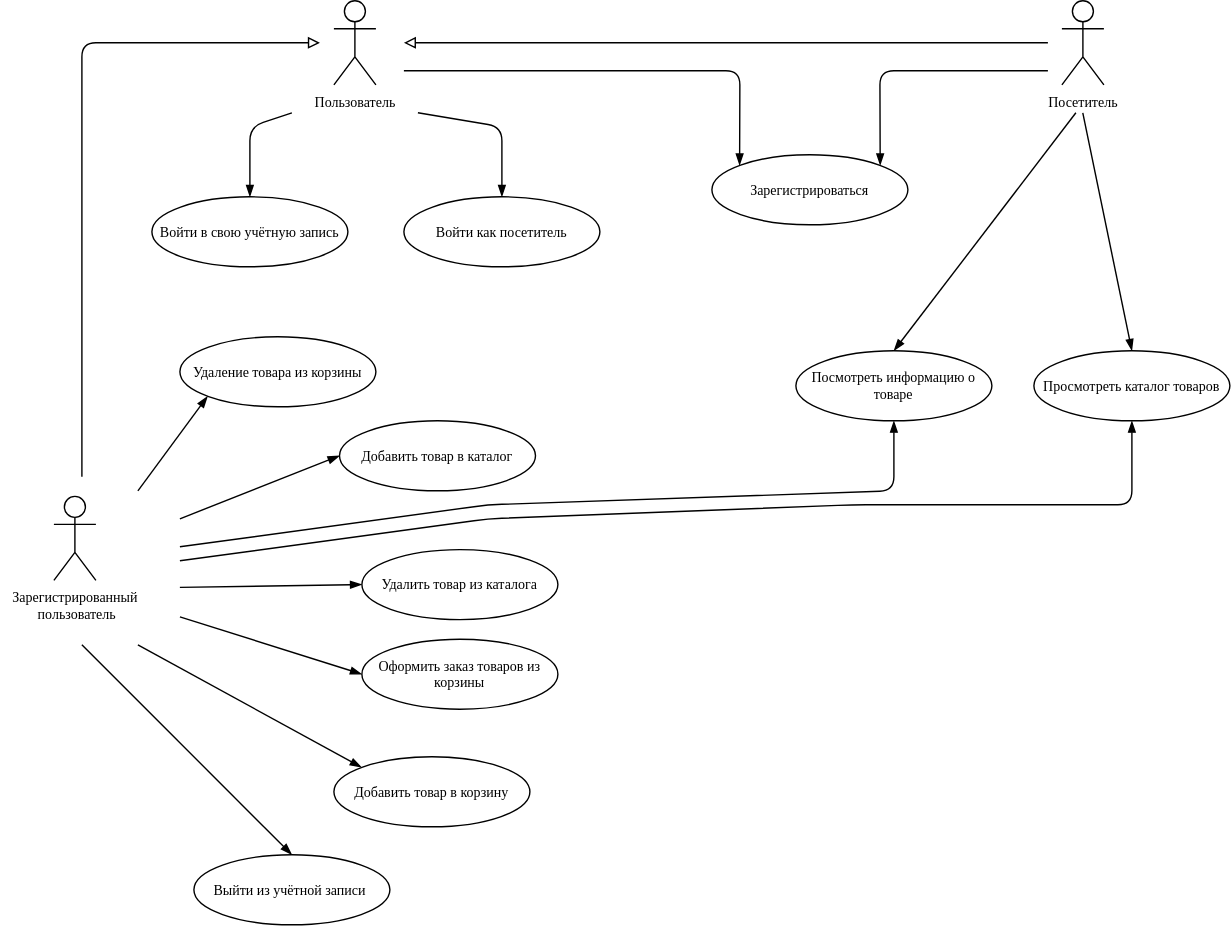
The draw.io diagram docs/diagrams/assets/use_case.svg in IIArturll/autoparts-online-shop, before a commit. Source tidied: cells renumbered, new cells last; positions are measured from the earlier drawing's top-left corner, leaving out a move shared by most shapes. Its diagram source:
```xml
<mxGraphModel>
  <root>
    <mxCell id="0" />
    <mxCell id="1" parent="0" />
    <mxCell id="2" value="Посетитель&lt;br style=&quot;font-size: 10px;&quot;&gt;" style="shape=umlActor;verticalLabelPosition=bottom;verticalAlign=top;html=1;fontFamily=JetBrains Mono;fontSize=10;" parent="1" vertex="1">
      <mxGeometry x="720" width="30" height="60" as="geometry" />
    </mxCell>
    <mxCell id="3" value="Зарегистрироваться" style="ellipse;whiteSpace=wrap;html=1;fontFamily=JetBrains Mono;fontSize=10;" parent="1" vertex="1">
      <mxGeometry x="470" y="110" width="140" height="50" as="geometry" />
    </mxCell>
    <mxCell id="4" style="endArrow=none;html=1;exitX=1;exitY=0;exitDx=0;exitDy=0;startArrow=blockThin;startFill=1;fontSize=10;fontFamily=JetBrains Mono;" parent="1" edge="1" source="3">
      <mxGeometry relative="1" as="geometry">
        <mxPoint x="710" y="50" as="targetPoint" />
        <Array as="points">
          <mxPoint x="590" y="50" />
        </Array>
      </mxGeometry>
    </mxCell>
    <mxCell id="5" value="Пользователь" style="shape=umlActor;verticalLabelPosition=bottom;verticalAlign=top;html=1;fontFamily=JetBrains Mono;fontSize=10;" parent="1" vertex="1">
      <mxGeometry x="200" width="30" height="60" as="geometry" />
    </mxCell>
    <mxCell id="6" style="endArrow=none;html=1;fontFamily=JetBrains Mono;startArrow=block;startFill=0;fontSize=10;" parent="1" edge="1">
      <mxGeometry relative="1" as="geometry">
        <mxPoint x="250" y="30" as="sourcePoint" />
        <mxPoint x="710" y="30" as="targetPoint" />
      </mxGeometry>
    </mxCell>
    <mxCell id="7" style="endArrow=none;html=1;fontFamily=JetBrains Mono;exitX=0;exitY=0;exitDx=0;exitDy=0;startArrow=blockThin;startFill=1;fontSize=10;" parent="1" edge="1" source="3">
      <mxGeometry relative="1" as="geometry">
        <mxPoint x="250" y="50" as="targetPoint" />
        <Array as="points">
          <mxPoint x="490" y="50" />
        </Array>
      </mxGeometry>
    </mxCell>
    <mxCell id="8" style="edgeStyle=none;html=1;exitX=0.5;exitY=0;exitDx=0;exitDy=0;fontFamily=JetBrains Mono;startArrow=blockThin;startFill=1;endArrow=none;endFill=0;fontSize=10;" parent="1" edge="1" source="9">
      <mxGeometry relative="1" as="geometry">
        <mxPoint x="260" y="80" as="targetPoint" />
        <Array as="points">
          <mxPoint x="320" y="90" />
        </Array>
      </mxGeometry>
    </mxCell>
    <mxCell id="9" value="Войти как посетитель" style="ellipse;whiteSpace=wrap;html=1;fontFamily=JetBrains Mono;fontSize=10;" parent="1" vertex="1">
      <mxGeometry x="250" y="140" width="140" height="50" as="geometry" />
    </mxCell>
    <mxCell id="10" value="Войти в свою учётную запись" style="ellipse;whiteSpace=wrap;html=1;fontFamily=JetBrains Mono;fontSize=10;" parent="1" vertex="1">
      <mxGeometry x="70" y="140" width="140" height="50" as="geometry" />
    </mxCell>
    <mxCell id="11" style="edgeStyle=none;html=1;exitX=0.5;exitY=0;exitDx=0;exitDy=0;fontFamily=JetBrains Mono;startArrow=blockThin;startFill=1;endArrow=none;endFill=0;fontSize=10;" parent="1" edge="1">
      <mxGeometry relative="1" as="geometry">
        <mxPoint x="140" y="140" as="sourcePoint" />
        <mxPoint x="170" y="80" as="targetPoint" />
        <Array as="points">
          <mxPoint x="140" y="90" />
        </Array>
      </mxGeometry>
    </mxCell>
    <mxCell id="12" style="edgeStyle=none;html=1;exitX=0.5;exitY=0;exitDx=0;exitDy=0;fontFamily=JetBrains Mono;fontSize=10;startArrow=blockThin;startFill=1;endArrow=none;endFill=0;" parent="1" edge="1" source="14">
      <mxGeometry relative="1" as="geometry">
        <mxPoint x="734.9" y="80" as="targetPoint" />
      </mxGeometry>
    </mxCell>
    <mxCell id="13" style="edgeStyle=none;html=1;exitX=0.5;exitY=1;exitDx=0;exitDy=0;fontFamily=JetBrains Mono;fontSize=10;startArrow=blockThin;startFill=1;endArrow=none;endFill=0;" parent="1" edge="1" source="14">
      <mxGeometry relative="1" as="geometry">
        <mxPoint x="90" y="400" as="targetPoint" />
        <Array as="points">
          <mxPoint x="770" y="360" />
          <mxPoint x="570" y="360" />
          <mxPoint x="310" y="370" />
        </Array>
      </mxGeometry>
    </mxCell>
    <mxCell id="14" value="Просмотреть каталог товаров" style="ellipse;whiteSpace=wrap;html=1;fontFamily=JetBrains Mono;fontSize=10;" parent="1" vertex="1">
      <mxGeometry x="700" y="250" width="140" height="50" as="geometry" />
    </mxCell>
    <mxCell id="15" value="Зарегистрированный&lt;br&gt;&amp;nbsp;пользователь" style="shape=umlActor;verticalLabelPosition=bottom;verticalAlign=top;html=1;fontFamily=JetBrains Mono;fontSize=10;" parent="1" vertex="1">
      <mxGeometry y="354" width="30" height="60" as="geometry" />
    </mxCell>
    <mxCell id="16" style="endArrow=block;html=1;fontFamily=JetBrains Mono;fontSize=10;startArrow=none;startFill=0;endFill=0;" parent="1" edge="1">
      <mxGeometry relative="1" as="geometry">
        <mxPoint x="20" y="340" as="sourcePoint" />
        <mxPoint x="190" y="30" as="targetPoint" />
        <Array as="points">
          <mxPoint x="20" y="30" />
        </Array>
      </mxGeometry>
    </mxCell>
    <mxCell id="17" style="edgeStyle=none;html=1;exitX=0.5;exitY=0;exitDx=0;exitDy=0;fontFamily=JetBrains Mono;fontSize=10;startArrow=blockThin;startFill=1;endArrow=none;endFill=0;" parent="1" edge="1" source="18">
      <mxGeometry relative="1" as="geometry">
        <mxPoint x="20" y="460" as="targetPoint" />
      </mxGeometry>
    </mxCell>
    <mxCell id="18" value="Выйти из учётной записи&amp;nbsp;" style="ellipse;whiteSpace=wrap;html=1;fontFamily=JetBrains Mono;fontSize=10;" parent="1" vertex="1">
      <mxGeometry x="100" y="610" width="140" height="50" as="geometry" />
    </mxCell>
    <mxCell id="19" style="edgeStyle=none;html=1;exitX=0;exitY=0;exitDx=0;exitDy=0;fontFamily=JetBrains Mono;fontSize=10;startArrow=blockThin;startFill=1;endArrow=none;endFill=0;" parent="1" edge="1" source="20">
      <mxGeometry relative="1" as="geometry">
        <mxPoint x="60" y="460" as="targetPoint" />
      </mxGeometry>
    </mxCell>
    <mxCell id="20" value="Добавить товар в корзину" style="ellipse;whiteSpace=wrap;html=1;fontFamily=JetBrains Mono;fontSize=10;" parent="1" vertex="1">
      <mxGeometry x="200" y="540" width="140" height="50" as="geometry" />
    </mxCell>
    <mxCell id="21" style="edgeStyle=none;html=1;exitX=0;exitY=0.5;exitDx=0;exitDy=0;fontFamily=JetBrains Mono;fontSize=10;startArrow=blockThin;startFill=1;endArrow=none;endFill=0;" parent="1" edge="1" source="22">
      <mxGeometry relative="1" as="geometry">
        <mxPoint x="90" y="440" as="targetPoint" />
      </mxGeometry>
    </mxCell>
    <mxCell id="22" value="Оформить заказ товаров из корзины" style="ellipse;whiteSpace=wrap;html=1;fontFamily=JetBrains Mono;fontSize=10;" parent="1" vertex="1">
      <mxGeometry x="220" y="456" width="140" height="50" as="geometry" />
    </mxCell>
    <mxCell id="23" style="edgeStyle=none;html=1;exitX=0.5;exitY=0;exitDx=0;exitDy=0;fontFamily=JetBrains Mono;fontSize=10;startArrow=blockThin;startFill=1;endArrow=none;endFill=0;" parent="1" edge="1" source="25">
      <mxGeometry relative="1" as="geometry">
        <mxPoint x="730" y="80" as="targetPoint" />
      </mxGeometry>
    </mxCell>
    <mxCell id="24" style="edgeStyle=none;html=1;exitX=0.5;exitY=1;exitDx=0;exitDy=0;fontFamily=JetBrains Mono;fontSize=10;startArrow=blockThin;startFill=1;endArrow=none;endFill=0;" parent="1" edge="1" source="25">
      <mxGeometry relative="1" as="geometry">
        <mxPoint x="90" y="390" as="targetPoint" />
        <Array as="points">
          <mxPoint x="600" y="350" />
          <mxPoint x="310" y="360" />
        </Array>
      </mxGeometry>
    </mxCell>
    <mxCell id="25" value="Посмотреть информацию о товаре" style="ellipse;whiteSpace=wrap;html=1;fontFamily=JetBrains Mono;fontSize=10;" parent="1" vertex="1">
      <mxGeometry x="530" y="250" width="140" height="50" as="geometry" />
    </mxCell>
    <mxCell id="26" style="edgeStyle=none;html=1;exitX=0;exitY=0.5;exitDx=0;exitDy=0;fontFamily=JetBrains Mono;fontSize=10;startArrow=blockThin;startFill=1;endArrow=none;endFill=0;" parent="1" edge="1" source="27">
      <mxGeometry relative="1" as="geometry">
        <mxPoint x="90" y="370" as="targetPoint" />
      </mxGeometry>
    </mxCell>
    <mxCell id="27" value="Добавить товар в каталог" style="ellipse;whiteSpace=wrap;html=1;fontFamily=JetBrains Mono;fontSize=10;" parent="1" vertex="1">
      <mxGeometry x="204" y="300" width="140" height="50" as="geometry" />
    </mxCell>
    <mxCell id="28" style="edgeStyle=none;html=1;exitX=0;exitY=0.5;exitDx=0;exitDy=0;fontFamily=JetBrains Mono;fontSize=10;startArrow=blockThin;startFill=1;endArrow=none;endFill=0;" parent="1" edge="1" source="29">
      <mxGeometry relative="1" as="geometry">
        <mxPoint x="90" y="419" as="targetPoint" />
      </mxGeometry>
    </mxCell>
    <mxCell id="29" value="Удалить товар из каталога" style="ellipse;whiteSpace=wrap;html=1;fontFamily=JetBrains Mono;fontSize=10;" parent="1" vertex="1">
      <mxGeometry x="220" y="392" width="140" height="50" as="geometry" />
    </mxCell>
    <mxCell id="30" style="edgeStyle=none;html=1;exitX=0;exitY=1;exitDx=0;exitDy=0;fontFamily=JetBrains Mono;fontSize=10;startArrow=blockThin;startFill=1;endArrow=none;endFill=0;" parent="1" edge="1" source="31">
      <mxGeometry relative="1" as="geometry">
        <mxPoint x="60" y="350" as="targetPoint" />
      </mxGeometry>
    </mxCell>
    <mxCell id="31" value="Удаление товара из корзины" style="ellipse;whiteSpace=wrap;html=1;fontFamily=JetBrains Mono;fontSize=10;" parent="1" vertex="1">
      <mxGeometry x="90" y="240" width="140" height="50" as="geometry" />
    </mxCell>
  </root>
</mxGraphModel>
```
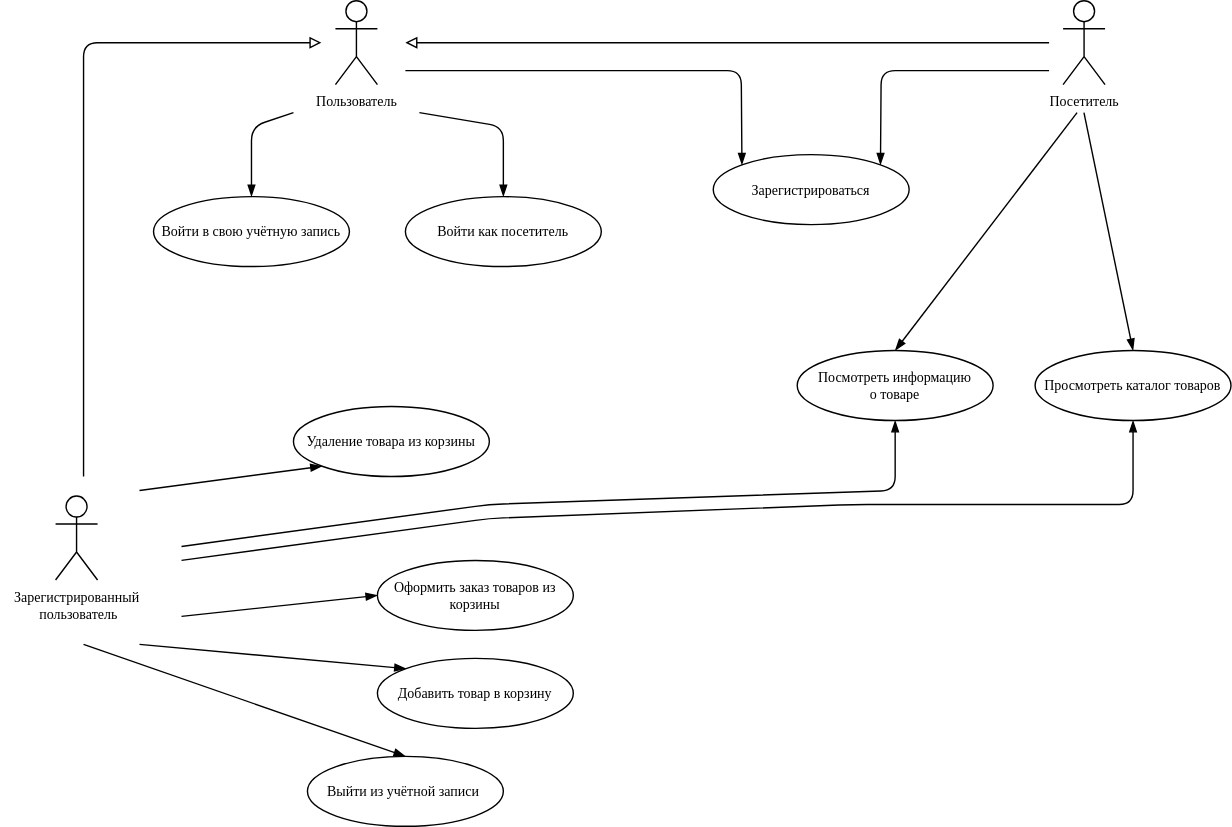
After the change.

Commit message:
use_case information

What changed in the source:
```diff
@@ -92,7 +92,7 @@
       </mxGeometry>
     </mxCell>
     <mxCell id="18" value="Выйти из учётной записи&amp;nbsp;" style="ellipse;whiteSpace=wrap;html=1;fontFamily=JetBrains Mono;fontSize=10;" parent="1" vertex="1">
-      <mxGeometry x="100" y="610" width="140" height="50" as="geometry" />
+      <mxGeometry x="180" y="540" width="140" height="50" as="geometry" />
     </mxCell>
     <mxCell id="19" style="edgeStyle=none;html=1;exitX=0;exitY=0;exitDx=0;exitDy=0;fontFamily=JetBrains Mono;fontSize=10;startArrow=blockThin;startFill=1;endArrow=none;endFill=0;" parent="1" edge="1" source="20">
       <mxGeometry relative="1" as="geometry">
@@ -100,7 +100,7 @@
       </mxGeometry>
     </mxCell>
     <mxCell id="20" value="Добавить товар в корзину" style="ellipse;whiteSpace=wrap;html=1;fontFamily=JetBrains Mono;fontSize=10;" parent="1" vertex="1">
-      <mxGeometry x="200" y="540" width="140" height="50" as="geometry" />
+      <mxGeometry x="230" y="470" width="140" height="50" as="geometry" />
     </mxCell>
     <mxCell id="21" style="edgeStyle=none;html=1;exitX=0;exitY=0.5;exitDx=0;exitDy=0;fontFamily=JetBrains Mono;fontSize=10;startArrow=blockThin;startFill=1;endArrow=none;endFill=0;" parent="1" edge="1" source="22">
       <mxGeometry relative="1" as="geometry">
@@ -108,7 +108,7 @@
       </mxGeometry>
     </mxCell>
     <mxCell id="22" value="Оформить заказ товаров из корзины" style="ellipse;whiteSpace=wrap;html=1;fontFamily=JetBrains Mono;fontSize=10;" parent="1" vertex="1">
-      <mxGeometry x="220" y="456" width="140" height="50" as="geometry" />
+      <mxGeometry x="230" y="400" width="140" height="50" as="geometry" />
     </mxCell>
     <mxCell id="23" style="edgeStyle=none;html=1;exitX=0.5;exitY=0;exitDx=0;exitDy=0;fontFamily=JetBrains Mono;fontSize=10;startArrow=blockThin;startFill=1;endArrow=none;endFill=0;" parent="1" edge="1" source="25">
       <mxGeometry relative="1" as="geometry">
@@ -124,32 +124,16 @@
         </Array>
       </mxGeometry>
     </mxCell>
-    <mxCell id="25" value="Посмотреть информацию о товаре" style="ellipse;whiteSpace=wrap;html=1;fontFamily=JetBrains Mono;fontSize=10;" parent="1" vertex="1">
+    <mxCell id="25" value="Посмотреть информацию &lt;br&gt;о товаре" style="ellipse;whiteSpace=wrap;html=1;fontFamily=JetBrains Mono;fontSize=10;" parent="1" vertex="1">
       <mxGeometry x="530" y="250" width="140" height="50" as="geometry" />
     </mxCell>
-    <mxCell id="26" style="edgeStyle=none;html=1;exitX=0;exitY=0.5;exitDx=0;exitDy=0;fontFamily=JetBrains Mono;fontSize=10;startArrow=blockThin;startFill=1;endArrow=none;endFill=0;" parent="1" edge="1" source="27">
-      <mxGeometry relative="1" as="geometry">
-        <mxPoint x="90" y="370" as="targetPoint" />
-      </mxGeometry>
-    </mxCell>
-    <mxCell id="27" value="Добавить товар в каталог" style="ellipse;whiteSpace=wrap;html=1;fontFamily=JetBrains Mono;fontSize=10;" parent="1" vertex="1">
-      <mxGeometry x="204" y="300" width="140" height="50" as="geometry" />
-    </mxCell>
-    <mxCell id="28" style="edgeStyle=none;html=1;exitX=0;exitY=0.5;exitDx=0;exitDy=0;fontFamily=JetBrains Mono;fontSize=10;startArrow=blockThin;startFill=1;endArrow=none;endFill=0;" parent="1" edge="1" source="29">
-      <mxGeometry relative="1" as="geometry">
-        <mxPoint x="90" y="419" as="targetPoint" />
-      </mxGeometry>
-    </mxCell>
-    <mxCell id="29" value="Удалить товар из каталога" style="ellipse;whiteSpace=wrap;html=1;fontFamily=JetBrains Mono;fontSize=10;" parent="1" vertex="1">
-      <mxGeometry x="220" y="392" width="140" height="50" as="geometry" />
-    </mxCell>
     <mxCell id="30" style="edgeStyle=none;html=1;exitX=0;exitY=1;exitDx=0;exitDy=0;fontFamily=JetBrains Mono;fontSize=10;startArrow=blockThin;startFill=1;endArrow=none;endFill=0;" parent="1" edge="1" source="31">
       <mxGeometry relative="1" as="geometry">
         <mxPoint x="60" y="350" as="targetPoint" />
       </mxGeometry>
     </mxCell>
     <mxCell id="31" value="Удаление товара из корзины" style="ellipse;whiteSpace=wrap;html=1;fontFamily=JetBrains Mono;fontSize=10;" parent="1" vertex="1">
-      <mxGeometry x="90" y="240" width="140" height="50" as="geometry" />
+      <mxGeometry x="170" y="290" width="140" height="50" as="geometry" />
     </mxCell>
   </root>
 </mxGraphModel>
```
